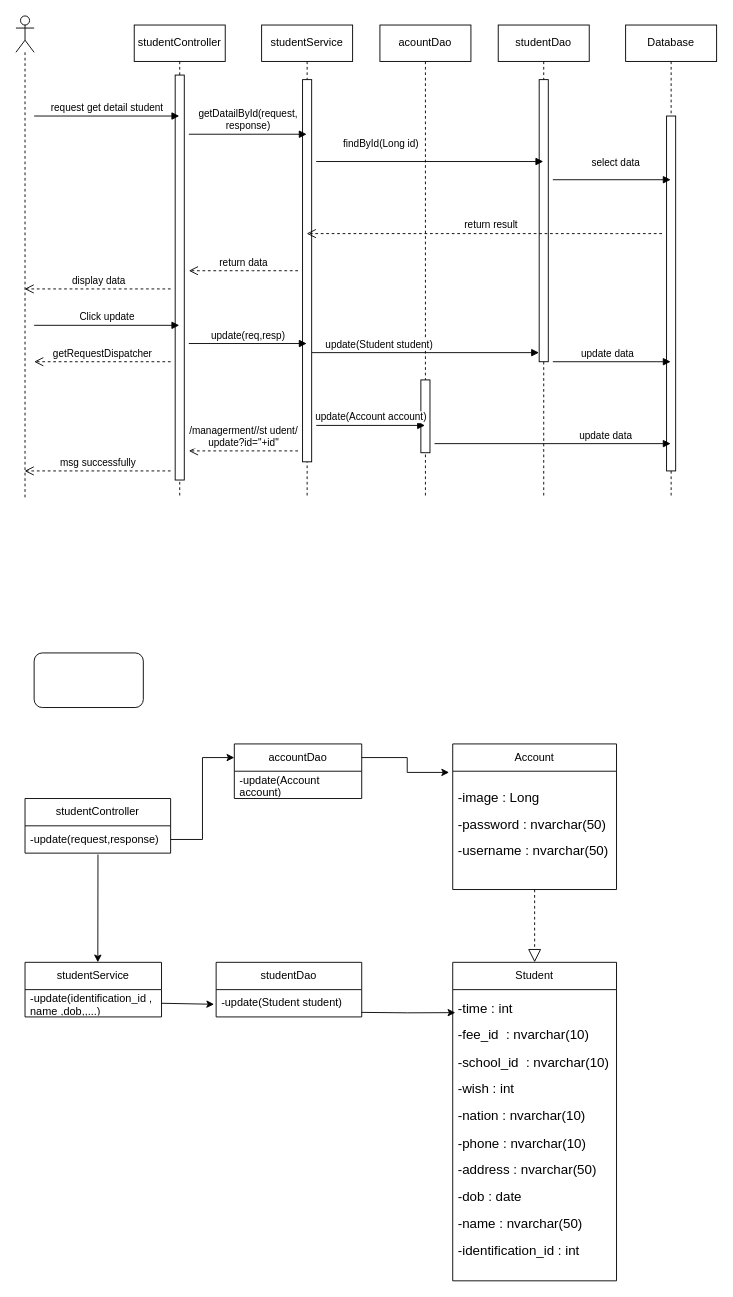
Earlier version of the draw.io diagram page "Page-4" (4 of 22) of Untitled Diagram.drawio (sachvo/CuteXT). Source tidied: cells renumbered, new cells numbered last; positions are measured from the earlier drawing's top-left corner, leaving out a move shared by most shapes. Both pictures are drawn from the tidied source at 91%, with x=0, y=0 at pixel (15, 15).
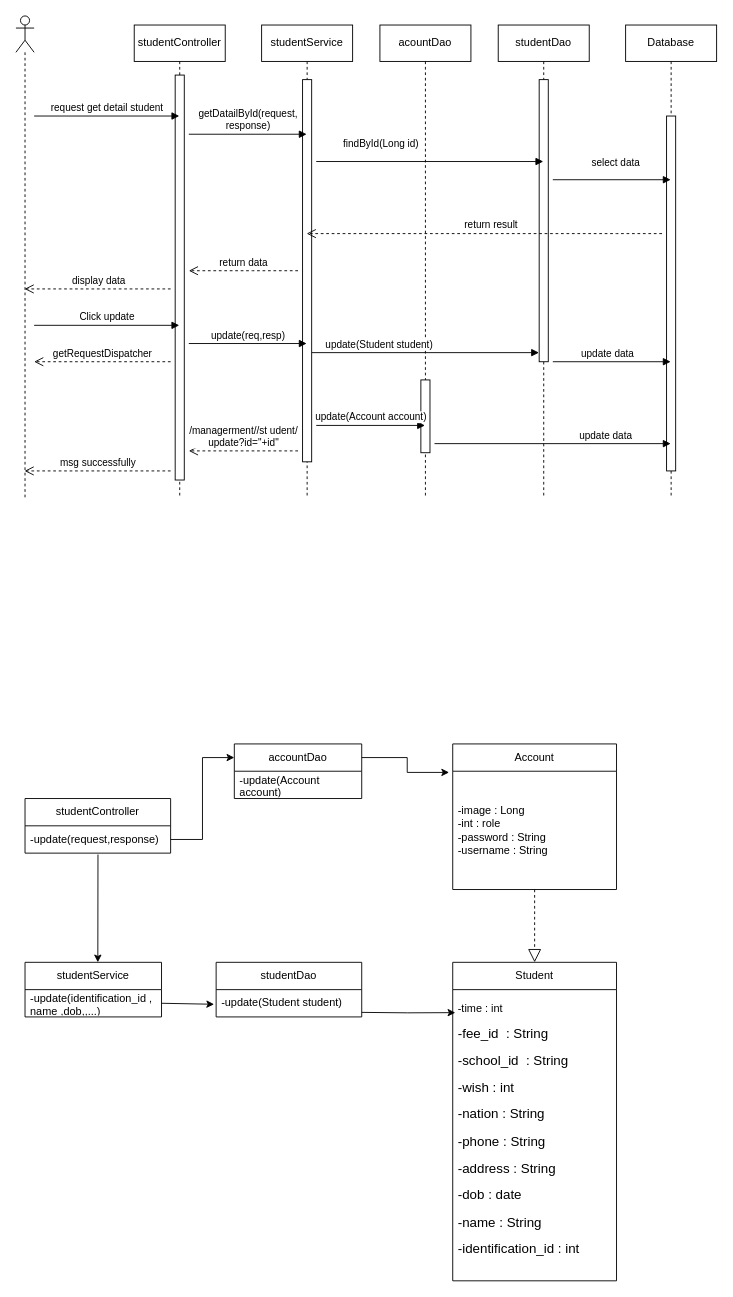
The same page after the edit.

The change refers to these unchanged cells:
```xml
<mxCell id="35" value="Account" style="swimlane;fontStyle=0;horizontal=1;startSize=30;whiteSpace=wrap;html=1;" parent="1" vertex="1">
  <mxGeometry x="480" y="800" width="180" height="160" as="geometry" />
</mxCell>
<mxCell id="38" value="Student" style="swimlane;fontStyle=0;horizontal=1;startSize=30;whiteSpace=wrap;html=1;" parent="1" vertex="1">
  <mxGeometry x="480" y="1040" width="180" height="350" as="geometry" />
</mxCell>
```

The edit, as a diff of the source:
```diff
@@
-    <mxCell id="36" value="&lt;p style=&quot;line-height:1.38;margin-top:0pt;margin-bottom:0pt;&quot; dir=&quot;ltr&quot;&gt;&lt;/p&gt;&lt;p style=&quot;line-height:1.38;margin-top:0pt;margin-bottom:0pt;&quot; dir=&quot;ltr&quot;&gt;&lt;/p&gt;&lt;p style=&quot;line-height:1.38;margin-top:0pt;margin-bottom:0pt;&quot; dir=&quot;ltr&quot;&gt;&lt;/p&gt;&lt;div&gt;&lt;/div&gt;&lt;span style=&quot;font-size: 11pt; font-family: Arial, sans-serif; background-color: transparent; font-variant-numeric: normal; font-variant-east-asian: normal; font-variant-alternates: normal; font-variant-position: normal; vertical-align: baseline;&quot;&gt;-image : Long&lt;/span&gt;&lt;p&gt;&lt;/p&gt;&lt;span style=&quot;font-size: 11pt; font-family: Arial, sans-serif; background-color: transparent; font-variant-numeric: normal; font-variant-east-asian: normal; font-variant-alternates: normal; font-variant-position: normal; vertical-align: baseline;&quot;&gt;-password : nvarchar(50)&amp;nbsp;&lt;/span&gt;&lt;p&gt;&lt;/p&gt;&lt;span style=&quot;font-size: 11pt; font-family: Arial, sans-serif; background-color: transparent; font-variant-numeric: normal; font-variant-east-asian: normal; font-variant-alternates: normal; font-variant-position: normal; vertical-align: baseline;&quot;&gt;-username : nvarchar(50)&amp;nbsp;&lt;/span&gt;&lt;p&gt;&lt;/p&gt;&lt;span id=&quot;docs-internal-guid-546da517-7fff-cef4-55ad-a307194a0e7b&quot;&gt;&lt;/span&gt;" style="text;strokeColor=none;fillColor=none;align=left;verticalAlign=middle;spacingLeft=4;spacingRight=4;overflow=hidden;points=[[0,0.5],[1,0.5]];portConstraint=eastwest;whiteSpace=wrap;html=1;" parent="35" vertex="1">
+    <mxCell id="36" value="&lt;p style=&quot;line-height:1.38;margin-top:0pt;margin-bottom:0pt;&quot; dir=&quot;ltr&quot;&gt;&lt;/p&gt;&lt;p style=&quot;line-height:1.38;margin-top:0pt;margin-bottom:0pt;&quot; dir=&quot;ltr&quot;&gt;&lt;/p&gt;&lt;p style=&quot;line-height:1.38;margin-top:0pt;margin-bottom:0pt;&quot; dir=&quot;ltr&quot;&gt;&lt;/p&gt;&lt;div&gt;&lt;/div&gt;&lt;div&gt;&lt;div&gt;&lt;font face=&quot;Arial, sans-serif&quot;&gt;-image : Long&lt;/font&gt;&lt;/div&gt;&lt;div&gt;&lt;font face=&quot;Arial, sans-serif&quot;&gt;-int : role&lt;/font&gt;&lt;/div&gt;&lt;div&gt;&lt;font face=&quot;Arial, sans-serif&quot;&gt;-password : String&lt;/font&gt;&lt;/div&gt;&lt;div&gt;&lt;font face=&quot;Arial, sans-serif&quot;&gt;-username : String&amp;nbsp;&lt;/font&gt;&lt;/div&gt;&lt;/div&gt;&lt;span id=&quot;docs-internal-guid-546da517-7fff-cef4-55ad-a307194a0e7b&quot;&gt;&lt;/span&gt;" style="text;strokeColor=none;fillColor=none;align=left;verticalAlign=middle;spacingLeft=4;spacingRight=4;overflow=hidden;points=[[0,0.5],[1,0.5]];portConstraint=eastwest;whiteSpace=wrap;html=1;" parent="35" vertex="1">
       <mxGeometry y="30" width="180" height="130" as="geometry" />
     </mxCell>
-    <mxCell id="37" style="rounded=1;whiteSpace=wrap;html=1;" parent="1" vertex="1">
-      <mxGeometry x="20" y="700" width="120" height="60" as="geometry" />
-    </mxCell>
@@
-    <mxCell id="39" value="&lt;p style=&quot;line-height:1.38;margin-top:0pt;margin-bottom:0pt;&quot; dir=&quot;ltr&quot;&gt;&lt;/p&gt;&lt;p style=&quot;line-height:1.38;margin-top:0pt;margin-bottom:0pt;&quot; dir=&quot;ltr&quot;&gt;&lt;/p&gt;&lt;p style=&quot;line-height:1.38;margin-top:0pt;margin-bottom:0pt;&quot; dir=&quot;ltr&quot;&gt;&lt;/p&gt;&lt;p style=&quot;line-height:1.38;margin-top:0pt;margin-bottom:0pt;&quot; dir=&quot;ltr&quot;&gt;&lt;/p&gt;&lt;p style=&quot;line-height:1.38;margin-top:0pt;margin-bottom:0pt;&quot; dir=&quot;ltr&quot;&gt;&lt;/p&gt;&lt;p style=&quot;line-height:1.38;margin-top:0pt;margin-bottom:0pt;&quot; dir=&quot;ltr&quot;&gt;&lt;/p&gt;&lt;p style=&quot;line-height:1.38;margin-top:0pt;margin-bottom:0pt;&quot; dir=&quot;ltr&quot;&gt;&lt;/p&gt;&lt;p style=&quot;line-height:1.38;margin-top:0pt;margin-bottom:0pt;&quot; dir=&quot;ltr&quot;&gt;&lt;/p&gt;&lt;p style=&quot;line-height:1.38;margin-top:0pt;margin-bottom:0pt;&quot; dir=&quot;ltr&quot;&gt;&lt;/p&gt;&lt;p style=&quot;line-height:1.38;margin-top:0pt;margin-bottom:0pt;&quot; dir=&quot;ltr&quot;&gt;&lt;/p&gt;&lt;div&gt;&lt;/div&gt;&lt;span style=&quot;font-size: 11pt; font-family: Arial, sans-serif; background-color: transparent; font-variant-numeric: normal; font-variant-east-asian: normal; font-variant-alternates: normal; font-variant-position: normal; vertical-align: baseline;&quot;&gt;-time : int &lt;/span&gt;&lt;p&gt;&lt;/p&gt;&lt;span style=&quot;font-size: 11pt; font-family: Arial, sans-serif; background-color: transparent; font-variant-numeric: normal; font-variant-east-asian: normal; font-variant-alternates: normal; font-variant-position: normal; vertical-align: baseline;&quot;&gt;-fee_id&amp;nbsp; : nvarchar(10)&lt;/span&gt;&lt;p&gt;&lt;/p&gt;&lt;span style=&quot;font-size: 11pt; font-family: Arial, sans-serif; background-color: transparent; font-variant-numeric: normal; font-variant-east-asian: normal; font-variant-alternates: normal; font-variant-position: normal; vertical-align: baseline;&quot;&gt;-school_id&amp;nbsp; : nvarchar(10)&lt;/span&gt;&lt;p&gt;&lt;/p&gt;&lt;span style=&quot;font-size: 11pt; font-family: Arial, sans-serif; background-color: transparent; font-variant-numeric: normal; font-variant-east-asian: normal; font-variant-alternates: normal; font-variant-position: normal; vertical-align: baseline;&quot;&gt;-wish : int&lt;/span&gt;&lt;p&gt;&lt;/p&gt;&lt;span style=&quot;font-size: 11pt; font-family: Arial, sans-serif; background-color: transparent; font-variant-numeric: normal; font-variant-east-asian: normal; font-variant-alternates: normal; font-variant-position: normal; vertical-align: baseline;&quot;&gt;-nation : nvarchar(10)&lt;/span&gt;&lt;p&gt;&lt;/p&gt;&lt;span style=&quot;font-size: 11pt; font-family: Arial, sans-serif; background-color: transparent; font-variant-numeric: normal; font-variant-east-asian: normal; font-variant-alternates: normal; font-variant-position: normal; vertical-align: baseline;&quot;&gt;-phone : nvarchar(10)&lt;/span&gt;&lt;p&gt;&lt;/p&gt;&lt;span style=&quot;font-size: 11pt; font-family: Arial, sans-serif; background-color: transparent; font-variant-numeric: normal; font-variant-east-asian: normal; font-variant-alternates: normal; font-variant-position: normal; vertical-align: baseline;&quot;&gt;-address : nvarchar(50)&lt;/span&gt;&lt;p&gt;&lt;/p&gt;&lt;span style=&quot;font-size: 11pt; font-family: Arial, sans-serif; background-color: transparent; font-variant-numeric: normal; font-variant-east-asian: normal; font-variant-alternates: normal; font-variant-position: normal; vertical-align: baseline;&quot;&gt;-dob : date&lt;/span&gt;&lt;p&gt;&lt;/p&gt;&lt;span style=&quot;font-size: 11pt; font-family: Arial, sans-serif; background-color: transparent; font-variant-numeric: normal; font-variant-east-asian: normal; font-variant-alternates: normal; font-variant-position: normal; vertical-align: baseline;&quot;&gt;-name : nvarchar(50)&lt;/span&gt;&lt;p&gt;&lt;/p&gt;&lt;span style=&quot;font-size: 11pt; font-family: Arial, sans-serif; background-color: transparent; font-variant-numeric: normal; font-variant-east-asian: normal; font-variant-alternates: normal; font-variant-position: normal; vertical-align: baseline;&quot;&gt;-identification_id : int&amp;nbsp;&lt;/span&gt;&lt;p&gt;&lt;/p&gt;&lt;span id=&quot;docs-internal-guid-ec875b94-7fff-324d-a60e-613ddc787041&quot;&gt;&lt;/span&gt;" style="text;strokeColor=none;fillColor=none;align=left;verticalAlign=middle;spacingLeft=4;spacingRight=4;overflow=hidden;points=[[0,0.5],[1,0.5]];portConstraint=eastwest;whiteSpace=wrap;html=1;" parent="38" vertex="1">
+    <mxCell id="39" value="&lt;p style=&quot;line-height:1.38;margin-top:0pt;margin-bottom:0pt;&quot; dir=&quot;ltr&quot;&gt;&lt;/p&gt;&lt;p style=&quot;line-height:1.38;margin-top:0pt;margin-bottom:0pt;&quot; dir=&quot;ltr&quot;&gt;&lt;/p&gt;&lt;p style=&quot;line-height:1.38;margin-top:0pt;margin-bottom:0pt;&quot; dir=&quot;ltr&quot;&gt;&lt;/p&gt;&lt;p style=&quot;line-height:1.38;margin-top:0pt;margin-bottom:0pt;&quot; dir=&quot;ltr&quot;&gt;&lt;/p&gt;&lt;p style=&quot;line-height:1.38;margin-top:0pt;margin-bottom:0pt;&quot; dir=&quot;ltr&quot;&gt;&lt;/p&gt;&lt;p style=&quot;line-height:1.38;margin-top:0pt;margin-bottom:0pt;&quot; dir=&quot;ltr&quot;&gt;&lt;/p&gt;&lt;p style=&quot;line-height:1.38;margin-top:0pt;margin-bottom:0pt;&quot; dir=&quot;ltr&quot;&gt;&lt;/p&gt;&lt;p style=&quot;line-height:1.38;margin-top:0pt;margin-bottom:0pt;&quot; dir=&quot;ltr&quot;&gt;&lt;/p&gt;&lt;p style=&quot;line-height:1.38;margin-top:0pt;margin-bottom:0pt;&quot; dir=&quot;ltr&quot;&gt;&lt;/p&gt;&lt;p style=&quot;line-height:1.38;margin-top:0pt;margin-bottom:0pt;&quot; dir=&quot;ltr&quot;&gt;&lt;/p&gt;&lt;div&gt;&lt;/div&gt;-time : int&lt;p style=&quot;border-color: var(--border-color);&quot;&gt;&lt;/p&gt;&lt;span style=&quot;border-color: var(--border-color); font-variant-numeric: normal; font-variant-east-asian: normal; font-variant-alternates: normal; font-variant-position: normal; background-color: transparent; font-size: 11pt; font-family: Arial, sans-serif; vertical-align: baseline;&quot;&gt;-fee_id&amp;nbsp; : String&lt;/span&gt;&lt;p style=&quot;border-color: var(--border-color);&quot;&gt;&lt;/p&gt;&lt;span style=&quot;border-color: var(--border-color); font-variant-numeric: normal; font-variant-east-asian: normal; font-variant-alternates: normal; font-variant-position: normal; background-color: transparent; font-size: 11pt; font-family: Arial, sans-serif; vertical-align: baseline;&quot;&gt;-school_id&amp;nbsp; : String&lt;/span&gt;&lt;p style=&quot;border-color: var(--border-color);&quot;&gt;&lt;/p&gt;&lt;span style=&quot;border-color: var(--border-color); font-variant-numeric: normal; font-variant-east-asian: normal; font-variant-alternates: normal; font-variant-position: normal; background-color: transparent; font-size: 11pt; font-family: Arial, sans-serif; vertical-align: baseline;&quot;&gt;-wish : int&lt;/span&gt;&lt;p style=&quot;border-color: var(--border-color);&quot;&gt;&lt;/p&gt;&lt;span style=&quot;border-color: var(--border-color); font-variant-numeric: normal; font-variant-east-asian: normal; font-variant-alternates: normal; font-variant-position: normal; background-color: transparent; font-size: 11pt; font-family: Arial, sans-serif; vertical-align: baseline;&quot;&gt;-nation : String&lt;/span&gt;&lt;p style=&quot;border-color: var(--border-color);&quot;&gt;&lt;/p&gt;&lt;span style=&quot;border-color: var(--border-color); font-variant-numeric: normal; font-variant-east-asian: normal; font-variant-alternates: normal; font-variant-position: normal; background-color: transparent; font-size: 11pt; font-family: Arial, sans-serif; vertical-align: baseline;&quot;&gt;-phone : String&lt;/span&gt;&lt;p style=&quot;border-color: var(--border-color);&quot;&gt;&lt;/p&gt;&lt;span style=&quot;border-color: var(--border-color); font-variant-numeric: normal; font-variant-east-asian: normal; font-variant-alternates: normal; font-variant-position: normal; background-color: transparent; font-size: 11pt; font-family: Arial, sans-serif; vertical-align: baseline;&quot;&gt;-address : String&lt;/span&gt;&lt;p style=&quot;border-color: var(--border-color);&quot;&gt;&lt;/p&gt;&lt;span style=&quot;border-color: var(--border-color); font-variant-numeric: normal; font-variant-east-asian: normal; font-variant-alternates: normal; font-variant-position: normal; background-color: transparent; font-size: 11pt; font-family: Arial, sans-serif; vertical-align: baseline;&quot;&gt;-dob : date&lt;/span&gt;&lt;p style=&quot;border-color: var(--border-color);&quot;&gt;&lt;/p&gt;&lt;span style=&quot;border-color: var(--border-color); font-variant-numeric: normal; font-variant-east-asian: normal; font-variant-alternates: normal; font-variant-position: normal; background-color: transparent; font-size: 11pt; font-family: Arial, sans-serif; vertical-align: baseline;&quot;&gt;-name : String&lt;/span&gt;&lt;p style=&quot;border-color: var(--border-color);&quot;&gt;&lt;/p&gt;&lt;span style=&quot;border-color: var(--border-color); font-variant-numeric: normal; font-variant-east-asian: normal; font-variant-alternates: normal; font-variant-position: normal; background-color: transparent; font-size: 11pt; font-family: Arial, sans-serif; vertical-align: baseline;&quot;&gt;-identification_id : int&amp;nbsp;&lt;/span&gt;&lt;p style=&quot;border-color: var(--border-color);&quot;&gt;&lt;/p&gt;&lt;span style=&quot;border-color: var(--border-color);&quot; id=&quot;docs-internal-guid-ec875b94-7fff-324d-a60e-613ddc787041&quot;&gt;&lt;/span&gt;&lt;span id=&quot;docs-internal-guid-ec875b94-7fff-324d-a60e-613ddc787041&quot;&gt;&lt;/span&gt;" style="text;strokeColor=none;fillColor=none;align=left;verticalAlign=middle;spacingLeft=4;spacingRight=4;overflow=hidden;points=[[0,0.5],[1,0.5]];portConstraint=eastwest;whiteSpace=wrap;html=1;" parent="38" vertex="1">
       <mxGeometry y="30" width="180" height="320" as="geometry" />
     </mxCell>
```
